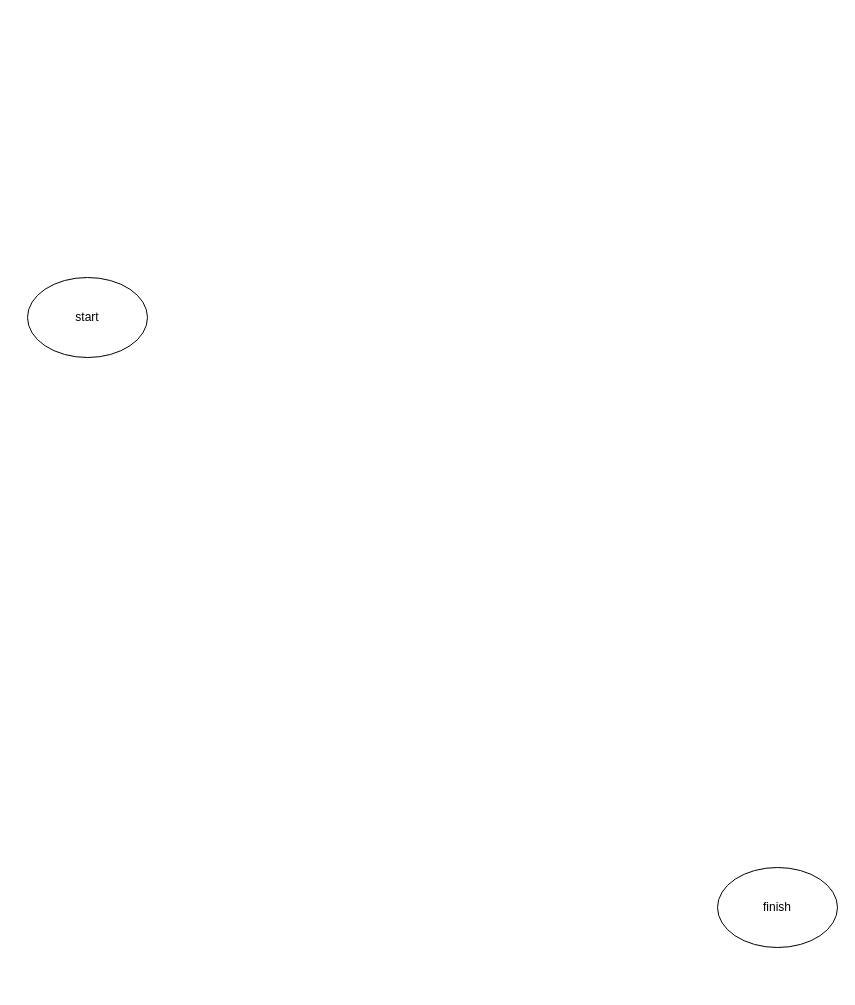
The draw.io diagram page "Halaman-2" (2 of 2) of Diagram Tanpa Judul.drawio in Rahadirahman21/Rahadirahman21.github.io, before the edit. Source tidied: cells renumbered, new cells numbered last; positions are measured from the earlier drawing's top-left corner, leaving out a move shared by most shapes. Both pictures are drawn from the tidied source at 100%, with x=0, y=0 at pixel (27, 277).
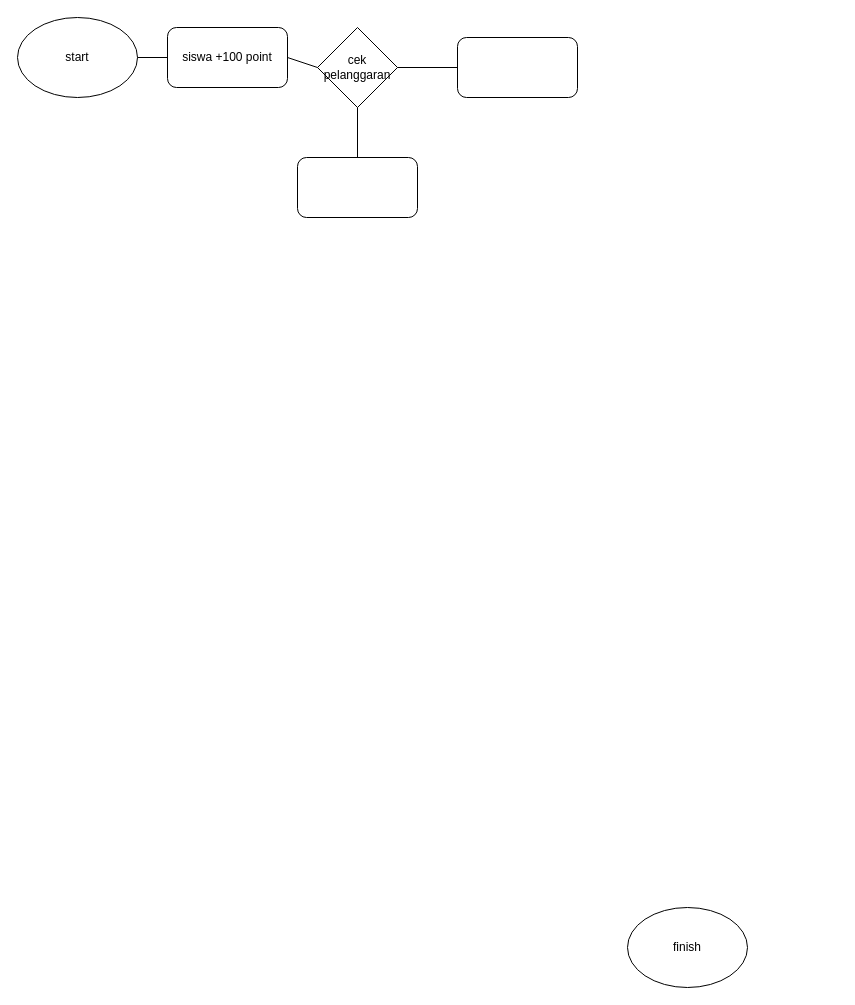
The same page after the edit.

The edit, as a diff of the source:
```diff
@@
 <mxGraphModel>
   <root>
     <mxCell id="0" />
     <mxCell id="1" parent="0" />
     <mxCell id="2" value="finish" style="ellipse;whiteSpace=wrap;html=1;" parent="1" vertex="1">
-      <mxGeometry x="690" y="590" width="120" height="80" as="geometry" />
+      <mxGeometry x="600" y="630" width="120" height="80" as="geometry" />
     </mxCell>
     <mxCell id="3" value="start" style="ellipse;whiteSpace=wrap;html=1;" parent="1" vertex="1">
-      <mxGeometry width="120" height="80" as="geometry" />
+      <mxGeometry x="-10" y="-260" width="120" height="80" as="geometry" />
     </mxCell>
+    <mxCell id="4" value="siswa +100 point" style="rounded=1;whiteSpace=wrap;html=1;" parent="1" vertex="1">
+      <mxGeometry x="140" y="-250" width="120" height="60" as="geometry" />
+    </mxCell>
+    <mxCell id="5" value="cek pelanggaran" style="rhombus;whiteSpace=wrap;html=1;" parent="1" vertex="1">
+      <mxGeometry x="290" y="-250" width="80" height="80" as="geometry" />
+    </mxCell>
+    <mxCell id="6" style="rounded=1;whiteSpace=wrap;html=1;" parent="1" vertex="1">
+      <mxGeometry x="270" y="-120" width="120" height="60" as="geometry" />
+    </mxCell>
+    <mxCell id="7" style="rounded=1;whiteSpace=wrap;html=1;" parent="1" vertex="1">
+      <mxGeometry x="430" y="-240" width="120" height="60" as="geometry" />
+    </mxCell>
+    <mxCell id="8" style="endArrow=none;html=1;rounded=0;exitX=1;exitY=0.5;exitDx=0;exitDy=0;entryX=0;entryY=0.5;entryDx=0;entryDy=0;" parent="1" edge="1" source="3" target="4">
+      <mxGeometry relative="1" as="geometry" />
+    </mxCell>
+    <mxCell id="9" style="endArrow=none;html=1;rounded=0;exitX=1;exitY=0.5;exitDx=0;exitDy=0;entryX=0;entryY=0.5;entryDx=0;entryDy=0;" parent="1" edge="1" source="4" target="5">
+      <mxGeometry relative="1" as="geometry" />
+    </mxCell>
+    <mxCell id="10" style="endArrow=none;html=1;rounded=0;exitX=1;exitY=0.5;exitDx=0;exitDy=0;entryX=0;entryY=0.5;entryDx=0;entryDy=0;" parent="1" edge="1" source="5" target="7">
+      <mxGeometry relative="1" as="geometry" />
+    </mxCell>
+    <mxCell id="11" style="endArrow=none;html=1;rounded=0;exitX=0.5;exitY=1;exitDx=0;exitDy=0;entryX=0.5;entryY=0;entryDx=0;entryDy=0;" parent="1" edge="1" source="5" target="6">
+      <mxGeometry relative="1" as="geometry" />
+    </mxCell>
   </root>
 </mxGraphModel>
```
